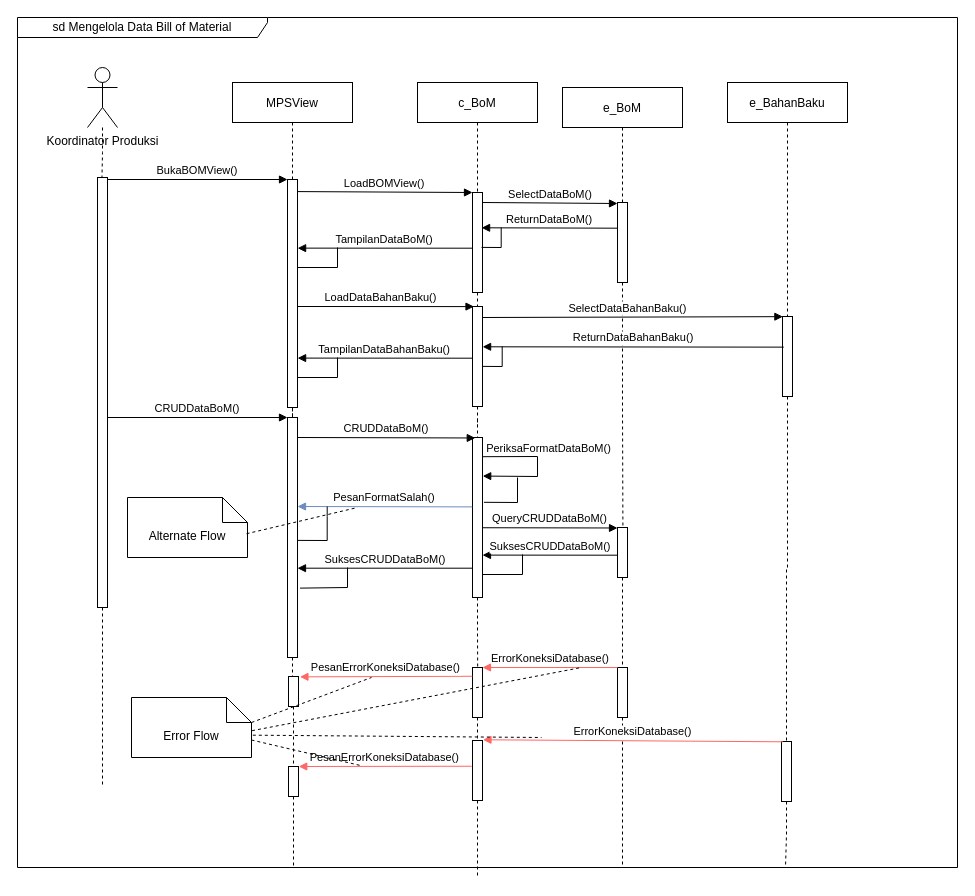
juanangelaalma/uml keeps this draw.io diagram as page "Mengelola Data Bill of Material" (4 of 4) of Diagram Tanpa Judul.drawio. Above is the earlier version. Source tidied: cells renumbered, new cells numbered last; positions are measured from the earlier drawing's top-left corner, leaving out a move shared by most shapes. Both pictures are drawn from the tidied source at 100%, with x=0, y=0 at pixel (17, 17).
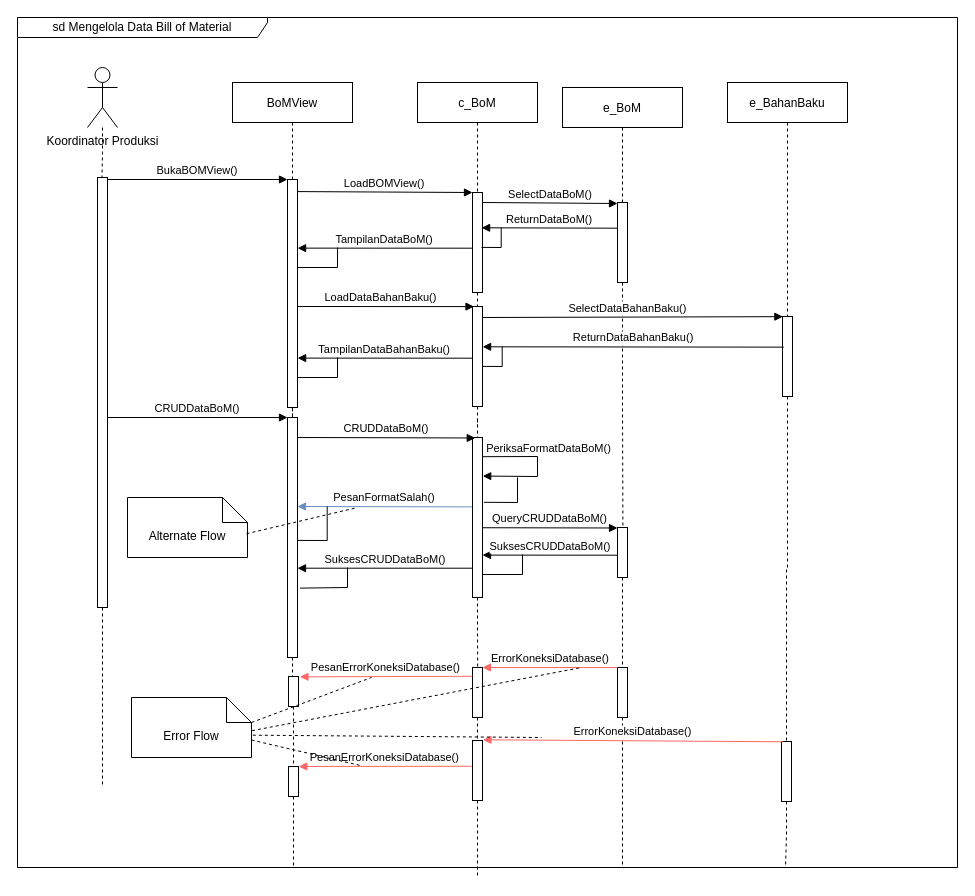
After the change.

Change to the diagram source:
```diff
@@
-    <mxCell id="10" value="MPSView" style="shape=umlLifeline;perimeter=lifelinePerimeter;rounded=0;shadow=0;strokeWidth=1;" parent="1" vertex="1">
+    <mxCell id="10" value="BoMView" style="shape=umlLifeline;perimeter=lifelinePerimeter;rounded=0;shadow=0;strokeWidth=1;" parent="1" vertex="1">
       <mxGeometry x="215" y="65" width="120" height="100" as="geometry" />
     </mxCell>
```
